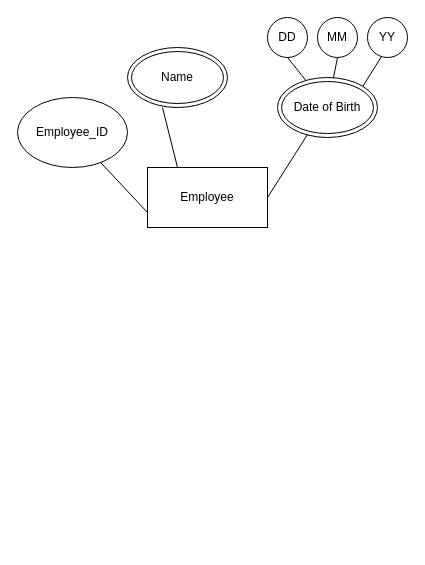
Above: 5001.drawio in Arxonus/Programms (draw.io), before the change. Source tidied: cells renumbered, new cells numbered last; positions are measured from the earlier drawing's top-left corner, leaving out a move shared by most shapes. Both pictures are drawn from the tidied source at 100%, with x=0, y=0 at pixel (17, 17).
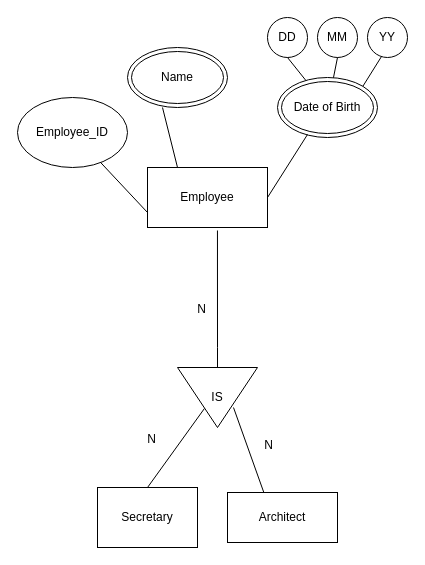
The same page after the edit.

The change refers to these unchanged cells:
```xml
<mxCell id="2" value="Employee" style="rounded=0;whiteSpace=wrap;html=1;" parent="1" vertex="1">
  <mxGeometry x="130" y="150" width="120" height="60" as="geometry" />
</mxCell>
```

What changed in the source:
```diff
@@
+    <mxCell id="15" style="endArrow=none;html=1;rounded=0;exitX=0.583;exitY=1.05;exitDx=0;exitDy=0;exitPerimeter=0;" parent="1" edge="1" source="2">
+      <mxGeometry relative="1" as="geometry">
+        <mxPoint x="200" y="350" as="targetPoint" />
+        <Array as="points">
+          <mxPoint x="200" y="330" />
+        </Array>
+      </mxGeometry>
+    </mxCell>
+    <mxCell id="16" value="N" style="html=1;whiteSpace=wrap;align=right;verticalAlign=bottom;" parent="15" vertex="1">
+      <mxGeometry x="1" relative="1" as="geometry">
+        <mxPoint x="-10" y="-50" as="offset" />
+      </mxGeometry>
+    </mxCell>
+    <mxCell id="17" value="IS" style="triangle;whiteSpace=wrap;html=1;direction=south;" parent="1" vertex="1">
+      <mxGeometry x="160" y="350" width="80" height="60" as="geometry" />
+    </mxCell>
+    <mxCell id="18" style="endArrow=none;html=1;rounded=0;exitX=0.667;exitY=0.3;exitDx=0;exitDy=0;exitPerimeter=0;entryX=0.333;entryY=0.017;entryDx=0;entryDy=0;entryPerimeter=0;" parent="1" edge="1" source="17" target="23">
+      <mxGeometry relative="1" as="geometry" />
+    </mxCell>
+    <mxCell id="19" value="N" style="html=1;whiteSpace=wrap;align=right;verticalAlign=bottom;" parent="18" vertex="1">
+      <mxGeometry x="1" relative="1" as="geometry">
+        <mxPoint x="10" y="-40" as="offset" />
+      </mxGeometry>
+    </mxCell>
+    <mxCell id="20" style="endArrow=none;html=1;rounded=0;exitX=0.683;exitY=0.663;exitDx=0;exitDy=0;exitPerimeter=0;entryX=0.5;entryY=0;entryDx=0;entryDy=0;" parent="1" edge="1" source="17" target="22">
+      <mxGeometry relative="1" as="geometry" />
+    </mxCell>
+    <mxCell id="21" value="N" style="html=1;whiteSpace=wrap;align=right;verticalAlign=bottom;" parent="20" vertex="1">
+      <mxGeometry x="1" relative="1" as="geometry">
+        <mxPoint x="10" y="-40" as="offset" />
+      </mxGeometry>
+    </mxCell>
+    <mxCell id="22" value="Secretary" style="rounded=0;whiteSpace=wrap;html=1;" parent="1" vertex="1">
+      <mxGeometry x="80" y="470" width="100" height="60" as="geometry" />
+    </mxCell>
+    <mxCell id="23" value="Architect" style="rounded=0;whiteSpace=wrap;html=1;" parent="1" vertex="1">
+      <mxGeometry x="210" y="475" width="110" height="50" as="geometry" />
+    </mxCell>
```
